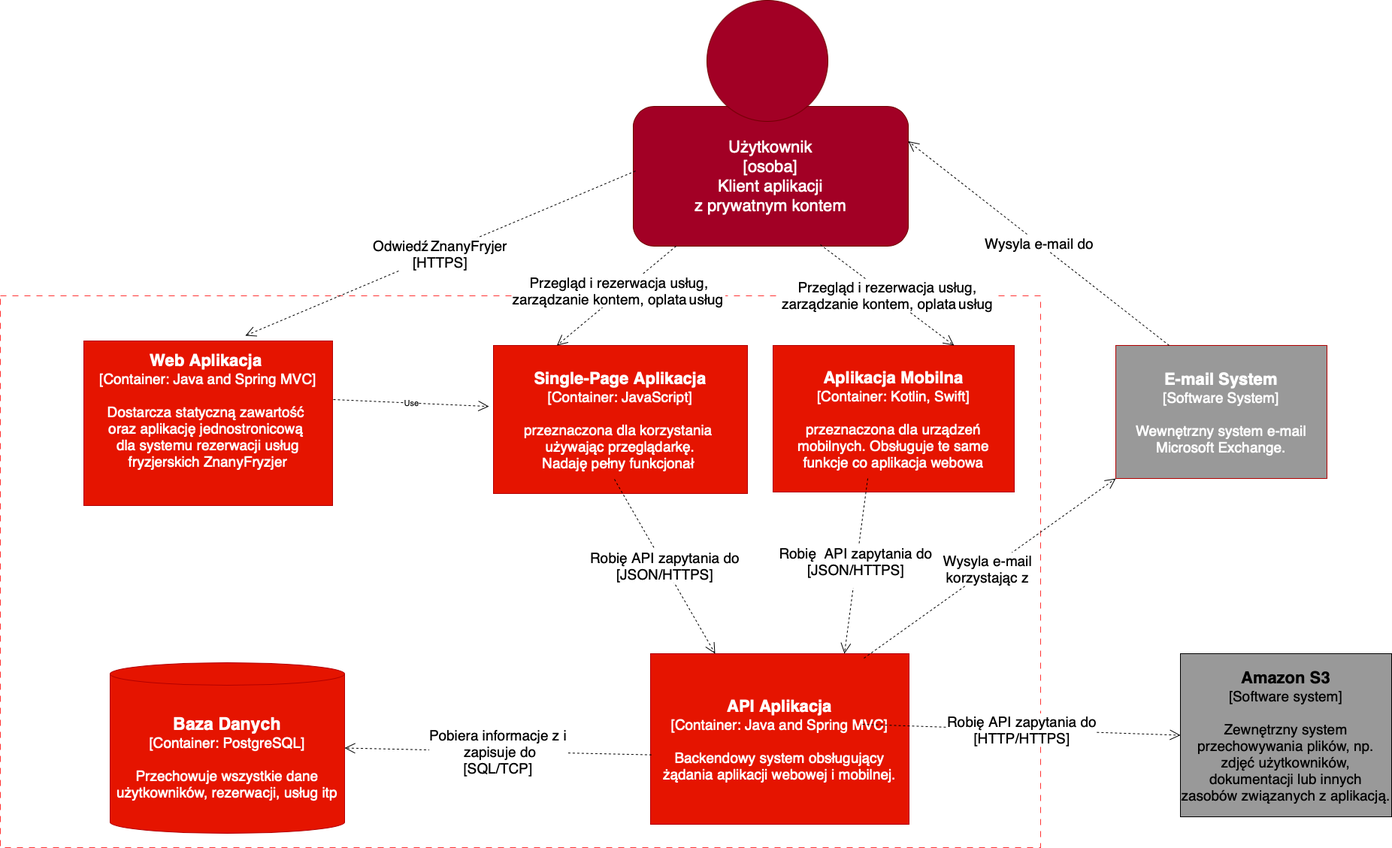
Above: Diagramy/ContainerDiagram.png in batushka11/IO (draw.io), before the change. Source tidied: cells renumbered, new cells last; positions are measured from the earlier drawing's top-left corner, leaving out a move shared by most shapes.
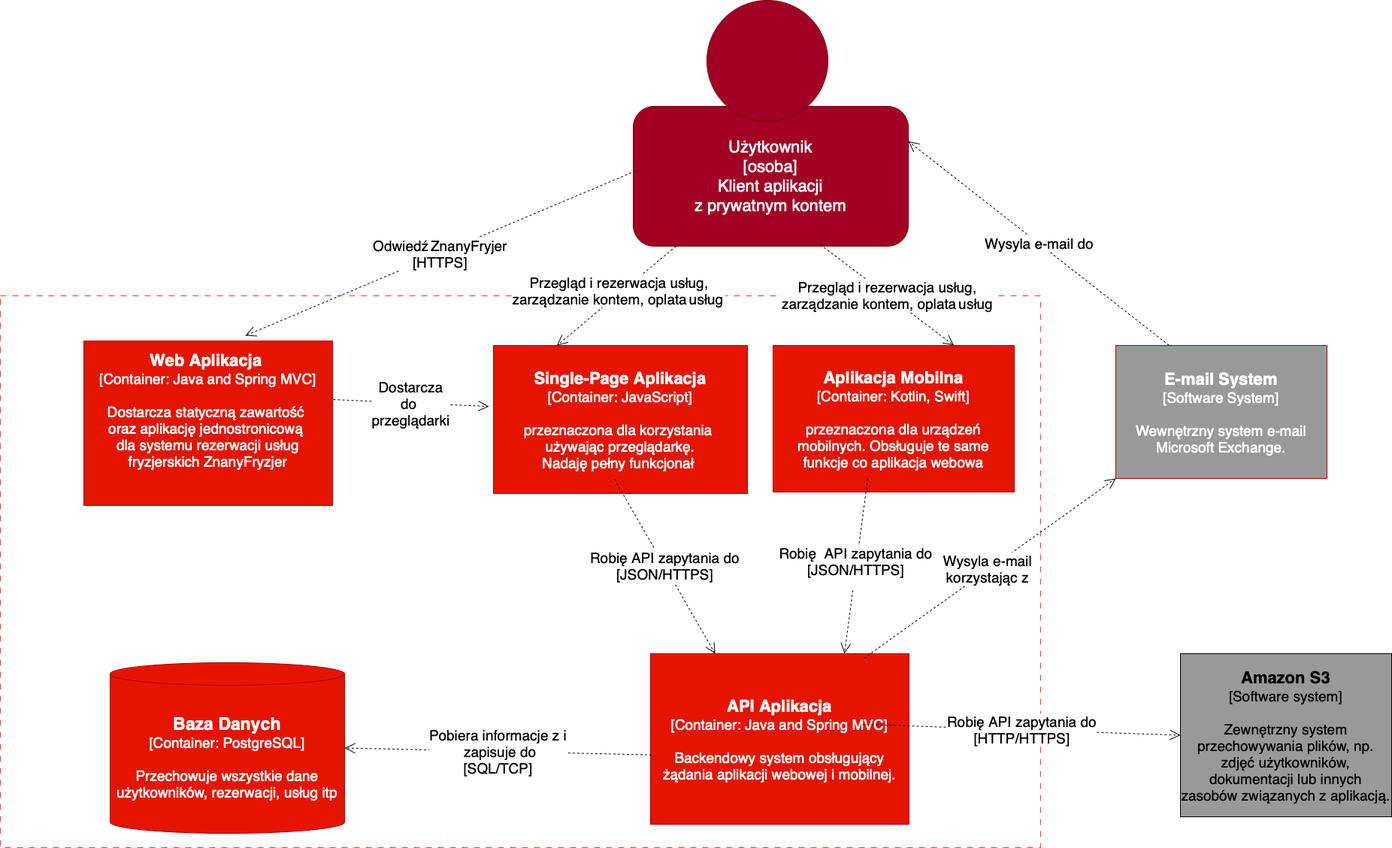
The same diagram one commit later.

Commit message:
fix: update text on diagram

Diff of the diagram source:
```diff
@@ -38,7 +38,7 @@
         <mxPoint x="326" y="446" as="targetPoint" />
       </mxGeometry>
     </mxCell>
-    <mxCell id="13" value="Use" style="endArrow=open;endSize=12;dashed=1;html=1;rounded=0;entryX=-0.018;entryY=0.412;entryDx=0;entryDy=0;entryPerimeter=0;" parent="1" edge="1" target="6">
+    <mxCell id="13" value="&lt;span style=&quot;text-align: start; white-space: normal;&quot;&gt;&lt;font style=&quot;font-size: 19px;&quot;&gt;Dostarcza do&amp;nbsp;&lt;/font&gt;&lt;/span&gt;&lt;div&gt;&lt;span style=&quot;text-align: start; white-space: normal;&quot;&gt;&lt;font style=&quot;font-size: 19px;&quot;&gt;przeglądarki&lt;/font&gt;&lt;/span&gt;&lt;br&gt;&lt;/div&gt;" style="endArrow=open;endSize=12;dashed=1;html=1;rounded=0;entryX=-0.018;entryY=0.412;entryDx=0;entryDy=0;entryPerimeter=0;" parent="1" edge="1" target="6">
       <mxGeometry relative="1" as="geometry">
         <mxPoint x="443" y="531" as="sourcePoint" />
       </mxGeometry>
```
